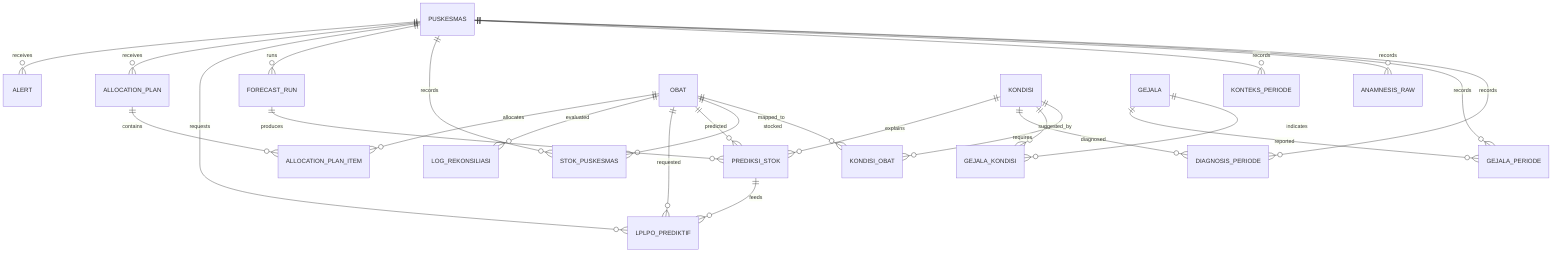
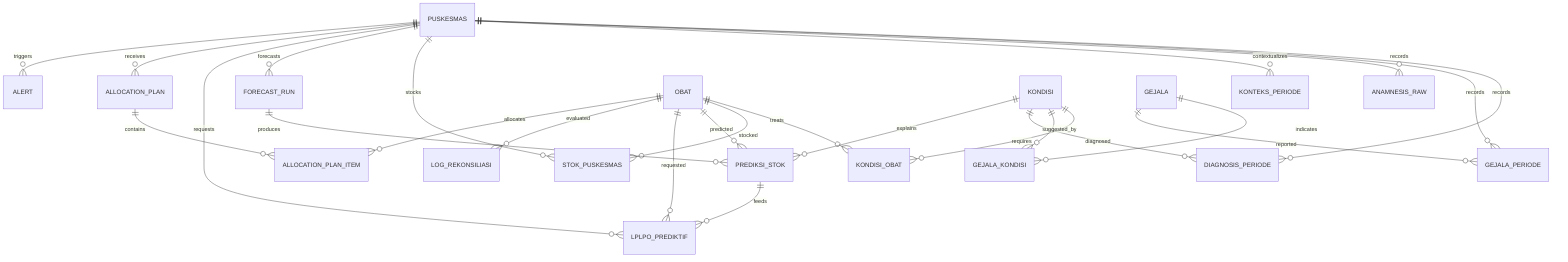
erDiagram
  PUSKESMAS ||--o{ DIAGNOSIS_PERIODE : records
  PUSKESMAS ||--o{ GEJALA_PERIODE : records
  PUSKESMAS ||--o{ ANAMNESIS_RAW : records
-   PUSKESMAS ||--o{ KONTEKS_PERIODE : records
-   PUSKESMAS ||--o{ STOK_PUSKESMAS : records
-   PUSKESMAS ||--o{ FORECAST_RUN : runs
+   PUSKESMAS ||--o{ KONTEKS_PERIODE : contextualizes
+   PUSKESMAS ||--o{ STOK_PUSKESMAS : stocks
+   PUSKESMAS ||--o{ FORECAST_RUN : forecasts
  PUSKESMAS ||--o{ LPLPO_PREDIKTIF : requests
  PUSKESMAS ||--o{ ALLOCATION_PLAN : receives
-   PUSKESMAS ||--o{ ALERT : receives
-   OBAT ||--o{ KONDISI_OBAT : mapped_to
+   PUSKESMAS ||--o{ ALERT : triggers
+   OBAT ||--o{ KONDISI_OBAT : treats
  KONDISI ||--o{ KONDISI_OBAT : requires
  GEJALA ||--o{ GEJALA_KONDISI : indicates
  KONDISI ||--o{ GEJALA_KONDISI : suggested_by
  KONDISI ||--o{ DIAGNOSIS_PERIODE : diagnosed
  GEJALA ||--o{ GEJALA_PERIODE : reported
  OBAT ||--o{ STOK_PUSKESMAS : stocked
  FORECAST_RUN ||--o{ PREDIKSI_STOK : produces
  OBAT ||--o{ PREDIKSI_STOK : predicted
  KONDISI ||--o{ PREDIKSI_STOK : explains
  PREDIKSI_STOK ||--o{ LPLPO_PREDIKTIF : feeds
  OBAT ||--o{ LPLPO_PREDIKTIF : requested
  OBAT ||--o{ LOG_REKONSILIASI : evaluated
  ALLOCATION_PLAN ||--o{ ALLOCATION_PLAN_ITEM : contains
  OBAT ||--o{ ALLOCATION_PLAN_ITEM : allocates
